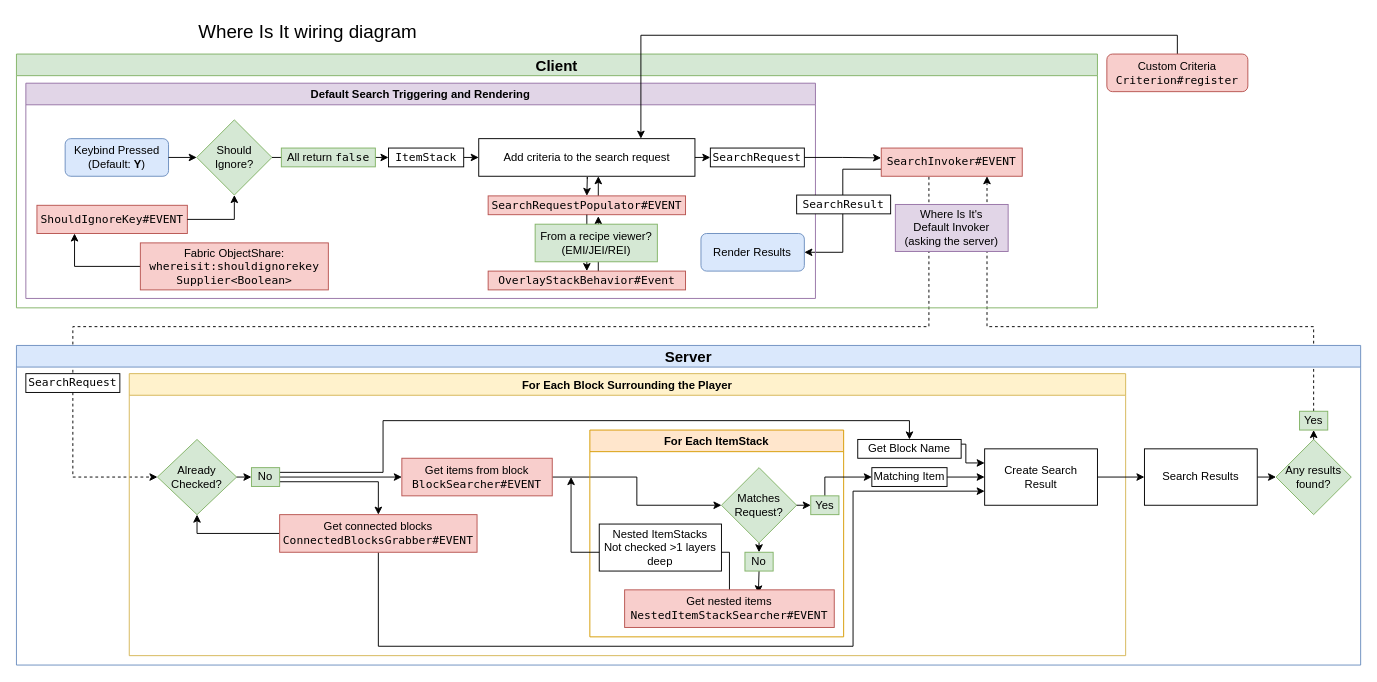
This is images/wiring diagram.drawio from JackFred2/WhereIsIt, a draw.io file, before an edit. Source tidied: cells renumbered, new cells numbered last; positions are measured from the earlier drawing's top-left corner, leaving out a move shared by most shapes. Both pictures are drawn from the tidied source at 94%, with x=0, y=0 at pixel (16, 16).
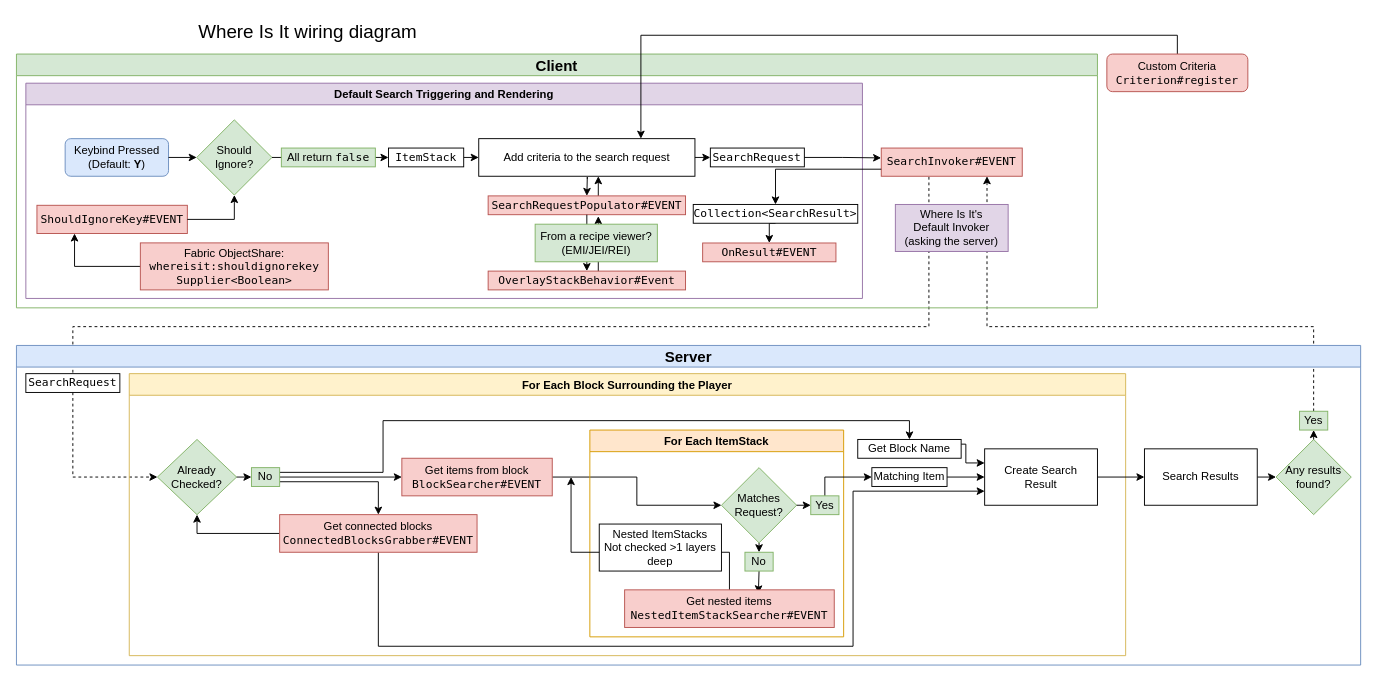
After the change.

Commit message (it also covers changes not shown here):
[docs] update wiring diagram & README

Unchanged cells that the change refers to:
```xml
<mxCell id="5" value="Client" style="swimlane;fillColor=#d5e8d4;strokeColor=#82b366;fontSize=16;" parent="1" vertex="1">
  <mxGeometry y="40" width="1150" height="270" as="geometry" />
</mxCell>
<mxCell id="7" value="&lt;font face=&quot;Lucida Console&quot;&gt;SearchInvoker#EVENT&lt;/font&gt;" style="rounded=0;whiteSpace=wrap;html=1;fillColor=#f8cecc;strokeColor=#b85450;" parent="5" vertex="1">
  <mxGeometry x="920" y="100" width="150" height="30" as="geometry" />
</mxCell>
```

The edit, as a diff of the source:
```diff
@@
-    <mxCell id="6" style="edgeStyle=orthogonalEdgeStyle;rounded=0;jettySize=auto;html=1;exitX=0;exitY=0.75;exitDx=0;exitDy=0;entryX=1;entryY=0.5;entryDx=0;entryDy=0;" parent="5" edge="1" source="7" target="31">
-      <mxGeometry relative="1" as="geometry" />
-    </mxCell>
@@
     <mxCell id="9" value="Default Search Triggering and Rendering" style="swimlane;whiteSpace=wrap;html=1;fillColor=#e1d5e7;strokeColor=#9673a6;" parent="5" vertex="1">
-      <mxGeometry x="10" y="31" width="840" height="229" as="geometry" />
+      <mxGeometry x="10" y="31" width="890" height="229" as="geometry" />
     </mxCell>
@@
-    <mxCell id="31" value="Render Results" style="rounded=1;whiteSpace=wrap;html=1;fillColor=#dae8fc;strokeColor=#6c8ebf;" parent="9" vertex="1">
-      <mxGeometry x="718.2" y="159.9" width="110" height="40" as="geometry" />
-    </mxCell>
@@
+    <mxCell id="72" style="edgeStyle=orthogonalEdgeStyle;rounded=0;jettySize=auto;html=1;exitX=0;exitY=0.75;exitDx=0;exitDy=0;entryX=0.5;entryY=0;entryDx=0;entryDy=0;" parent="5" edge="1" source="7" target="33">
+      <mxGeometry relative="1" as="geometry" />
+    </mxCell>
+    <mxCell id="73" style="edgeStyle=orthogonalEdgeStyle;rounded=0;jettySize=auto;html=1;exitX=0.5;exitY=1;exitDx=0;exitDy=0;entryX=0.5;entryY=0;entryDx=0;entryDy=0;" parent="5" edge="1" source="33" target="74">
+      <mxGeometry relative="1" as="geometry" />
+    </mxCell>
-    <mxCell id="33" value="&lt;font face=&quot;Lucida Console&quot;&gt;SearchResult&lt;/font&gt;" style="rounded=0;whiteSpace=wrap;html=1;" parent="5" vertex="1">
-      <mxGeometry x="830" y="150" width="100" height="20" as="geometry" />
+    <mxCell id="33" value="&lt;div&gt;&lt;font face=&quot;Lucida Console&quot;&gt;Collection&amp;lt;SearchResult&amp;gt;&lt;/font&gt;&lt;/div&gt;" style="rounded=0;whiteSpace=wrap;html=1;" parent="5" vertex="1">
+      <mxGeometry x="720" y="160" width="175" height="20" as="geometry" />
     </mxCell>
+    <mxCell id="74" value="&lt;font face=&quot;Lucida Console&quot;&gt;OnResult#EVENT&lt;/font&gt;" style="rounded=0;whiteSpace=wrap;html=1;fillColor=#f8cecc;strokeColor=#b85450;" parent="5" vertex="1">
+      <mxGeometry x="730" y="201" width="141.8" height="20" as="geometry" />
+    </mxCell>
```
